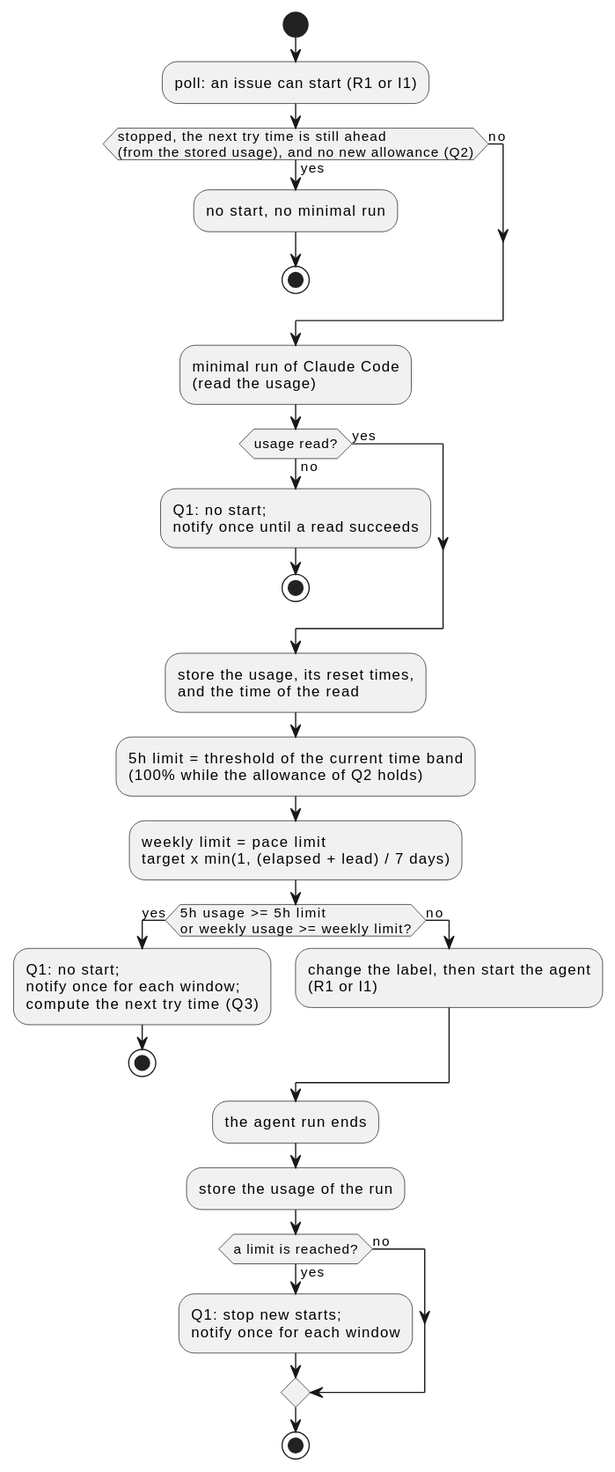
The PlantUML diagram docs/ja/designs/quota-start.svg in cloveclovedev/cumin-works, before a commit. Its diagram source:
```plantuml
@startuml
skinparam shadowing false
skinparam defaultFontName sans-serif

start
:poll: an issue can start (R1 or I1);
if (stopped, the next try time is still ahead\n(from the stored usage), and no new allowance (Q2)) then (yes)
  :no start, no minimal run;
  stop
else (no)
endif
:minimal run of Claude Code\n(read the usage);
if (usage read?) then (no)
  :Q1: no start;\nnotify once until a read succeeds;
  stop
else (yes)
endif
:store the usage, its reset times,\nand the time of the read;
:5h limit = threshold of the current time band\n(100% while the allowance of Q2 holds);
:weekly limit = pace limit\ntarget x min(1, (elapsed + lead) / 7 days);
if (5h usage >= 5h limit\nor weekly usage >= weekly limit?) then (yes)
  :Q1: no start;\nnotify once for each window;\ncompute the next try time (Q3);
  stop
else (no)
  :change the label, then start the agent\n(R1 or I1);
endif
:the agent run ends;
:store the usage of the run;
if (a limit is reached?) then (yes)
  :Q1: stop new starts;\nnotify once for each window;
else (no)
endif
stop
@enduml
```
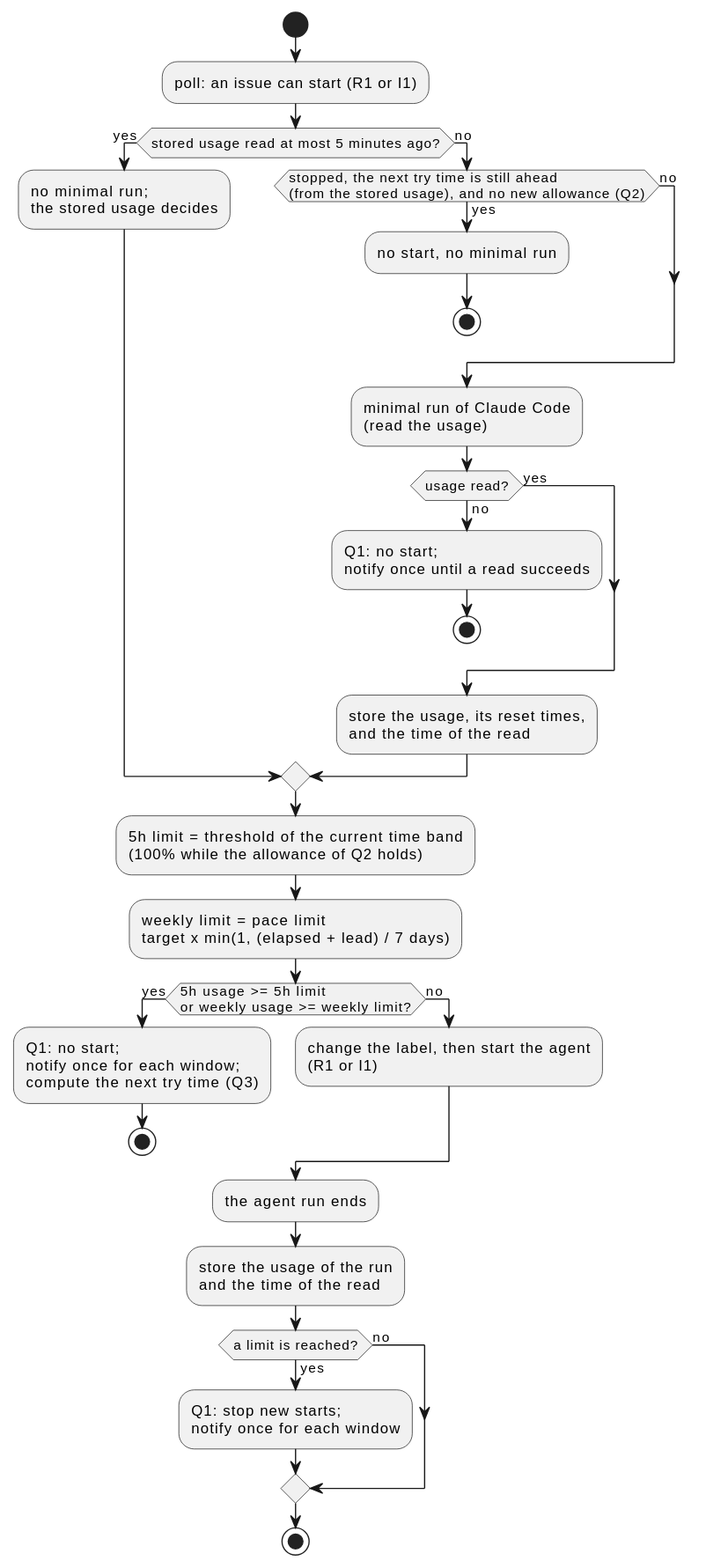
Later version of the same file.

Commit message:
feat(quota): use a stored usage that is new enough without a minimal run (#569)

The edit, as a diff of the source:
```diff
@@ -4,6 +4,9 @@
 
 start
 :poll: an issue can start (R1 or I1);
+if (stored usage read at most 5 minutes ago?) then (yes)
+  :no minimal run;\nthe stored usage decides;
+else (no)
 if (stopped, the next try time is still ahead\n(from the stored usage), and no new allowance (Q2)) then (yes)
   :no start, no minimal run;
   stop
@@ -16,6 +19,7 @@
 else (yes)
 endif
 :store the usage, its reset times,\nand the time of the read;
+endif
 :5h limit = threshold of the current time band\n(100% while the allowance of Q2 holds);
 :weekly limit = pace limit\ntarget x min(1, (elapsed + lead) / 7 days);
 if (5h usage >= 5h limit\nor weekly usage >= weekly limit?) then (yes)
@@ -25,7 +29,7 @@
   :change the label, then start the agent\n(R1 or I1);
 endif
 :the agent run ends;
-:store the usage of the run;
+:store the usage of the run\nand the time of the read;
 if (a limit is reached?) then (yes)
   :Q1: stop new starts;\nnotify once for each window;
 else (no)
```
